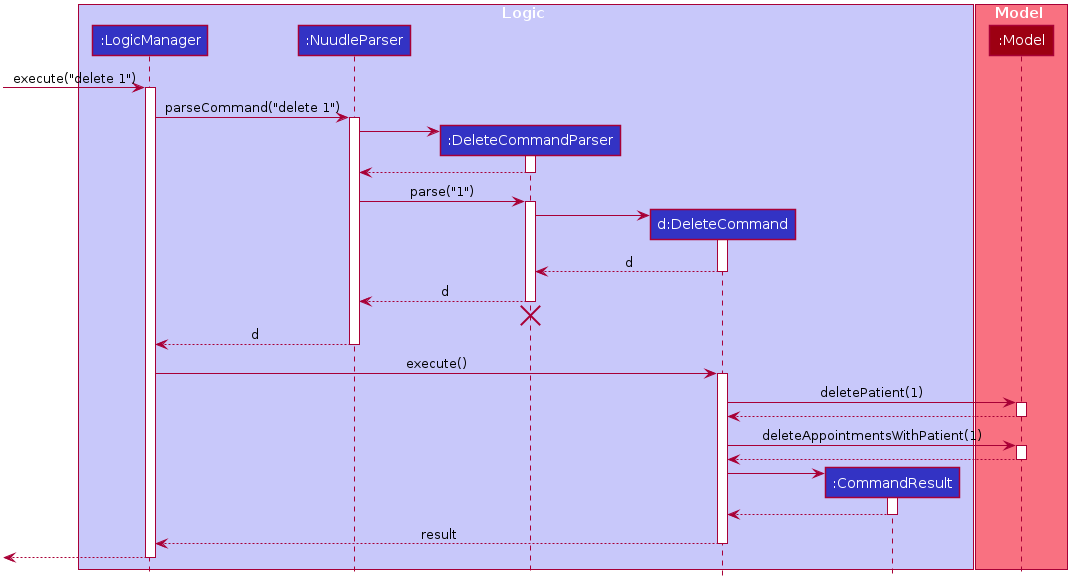
Before: docs/images/DeleteSequenceDiagram.png, a diagram exported from PlantUML (xz0127/tp). Its diagram source:
```plantuml
@startuml








skinparam BackgroundColor #FFFFFFF

skinparam Shadowing false

skinparam Class {
    FontColor #FFFFFF
    BorderThickness 1
    BorderColor #FFFFFF
    StereotypeFontColor #FFFFFF
    FontName Arial
}

skinparam Actor {
    BorderColor #000000
    Color #000000
    FontName Arial
}

skinparam Sequence {
    MessageAlign center
    BoxFontSize 15
    BoxPadding 0
    BoxFontColor #FFFFFF
    FontName Arial
}

skinparam Participant {
    FontColor #FFFFFFF
    Padding 20
}

skinparam MinClassWidth 50
skinparam ParticipantPadding 10
skinparam Shadowing false
skinparam DefaultTextAlignment center
skinparam packageStyle Rectangle

hide footbox
hide members
hide circle

box Logic #C8C8FA
participant ":LogicManager" as LogicManager #3333C4
participant ":NuudleParser" as NuudleParser #3333C4
participant ":DeleteCommandParser" as DeleteCommandParser #3333C4
participant "d:DeleteCommand" as DeleteCommand #3333C4
participant ":CommandResult" as CommandResult #3333C4
end box

box Model #F97181
participant ":Model" as Model #9D0012
end box

[-> LogicManager : execute("delete 1")
activate LogicManager

LogicManager -> NuudleParser : parseCommand("delete 1")
activate NuudleParser

create DeleteCommandParser
NuudleParser -> DeleteCommandParser
activate DeleteCommandParser

DeleteCommandParser --> NuudleParser
deactivate DeleteCommandParser

NuudleParser -> DeleteCommandParser : parse("1")
activate DeleteCommandParser

create DeleteCommand
DeleteCommandParser -> DeleteCommand
activate DeleteCommand

DeleteCommand --> DeleteCommandParser : d
deactivate DeleteCommand

DeleteCommandParser --> NuudleParser : d
deactivate DeleteCommandParser
DeleteCommandParser -[hidden]-> NuudleParser
destroy DeleteCommandParser

NuudleParser --> LogicManager : d
deactivate NuudleParser

LogicManager -> DeleteCommand : execute()
activate DeleteCommand

DeleteCommand -> Model : deletePatient(1)
activate Model

Model --> DeleteCommand
deactivate Model

DeleteCommand -> Model : deleteAppointmentsWithPatient(1)
activate Model

Model --> DeleteCommand
deactivate Model

create CommandResult
DeleteCommand -> CommandResult
activate CommandResult

CommandResult --> DeleteCommand
deactivate CommandResult

DeleteCommand --> LogicManager : result
deactivate DeleteCommand

[<--LogicManager
deactivate LogicManager
@enduml
```
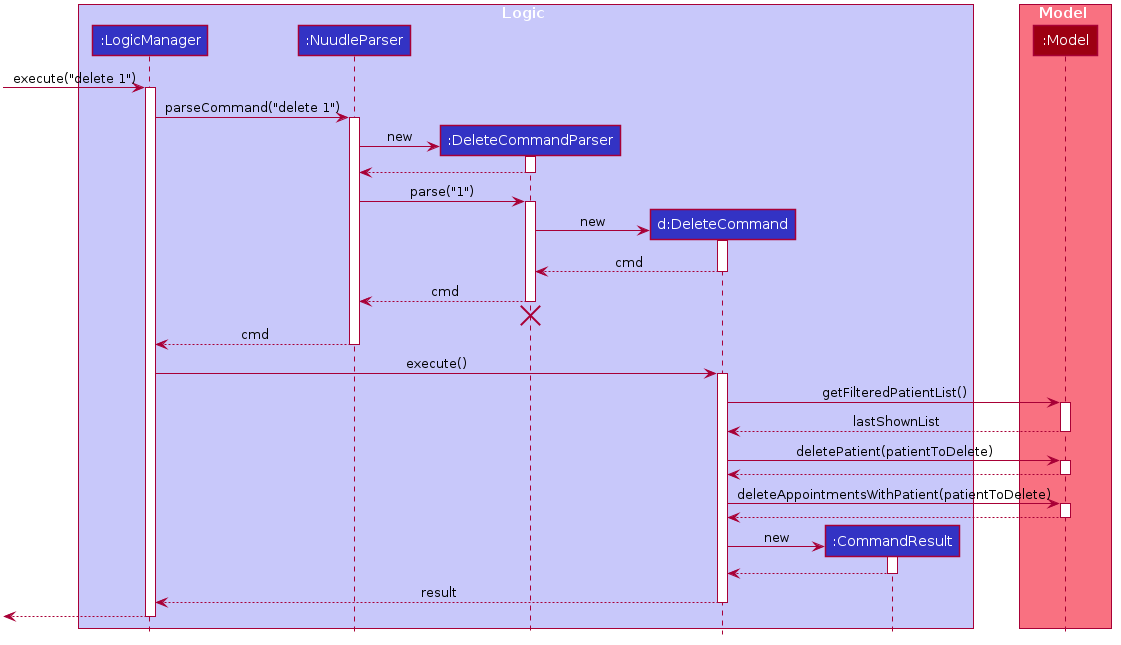
After the change.

The edit, as a diff of the source:
```diff
@@ -67,7 +67,7 @@
 activate NuudleParser
 
 create DeleteCommandParser
-NuudleParser -> DeleteCommandParser
+NuudleParser -> DeleteCommandParser : new
 activate DeleteCommandParser
 
 DeleteCommandParser --> NuudleParser
@@ -77,37 +77,43 @@
 activate DeleteCommandParser
 
 create DeleteCommand
-DeleteCommandParser -> DeleteCommand
+DeleteCommandParser -> DeleteCommand : new
 activate DeleteCommand
 
-DeleteCommand --> DeleteCommandParser : d
+DeleteCommand --> DeleteCommandParser : cmd
 deactivate DeleteCommand
 
-DeleteCommandParser --> NuudleParser : d
+DeleteCommandParser --> NuudleParser : cmd
 deactivate DeleteCommandParser
 DeleteCommandParser -[hidden]-> NuudleParser
 destroy DeleteCommandParser
 
-NuudleParser --> LogicManager : d
+NuudleParser --> LogicManager : cmd
 deactivate NuudleParser
 
 LogicManager -> DeleteCommand : execute()
 activate DeleteCommand
 
-DeleteCommand -> Model : deletePatient(1)
+DeleteCommand -> Model : getFilteredPatientList()
+activate Model
+
+Model --> DeleteCommand : lastShownList
+deactivate Model
+
+DeleteCommand -> Model : deletePatient(patientToDelete)
 activate Model
 
 Model --> DeleteCommand
 deactivate Model
 
-DeleteCommand -> Model : deleteAppointmentsWithPatient(1)
+DeleteCommand -> Model : deleteAppointmentsWithPatient(patientToDelete)
 activate Model
 
 Model --> DeleteCommand
 deactivate Model
 
 create CommandResult
-DeleteCommand -> CommandResult
+DeleteCommand -> CommandResult: new
 activate CommandResult
 
 CommandResult --> DeleteCommand
```
